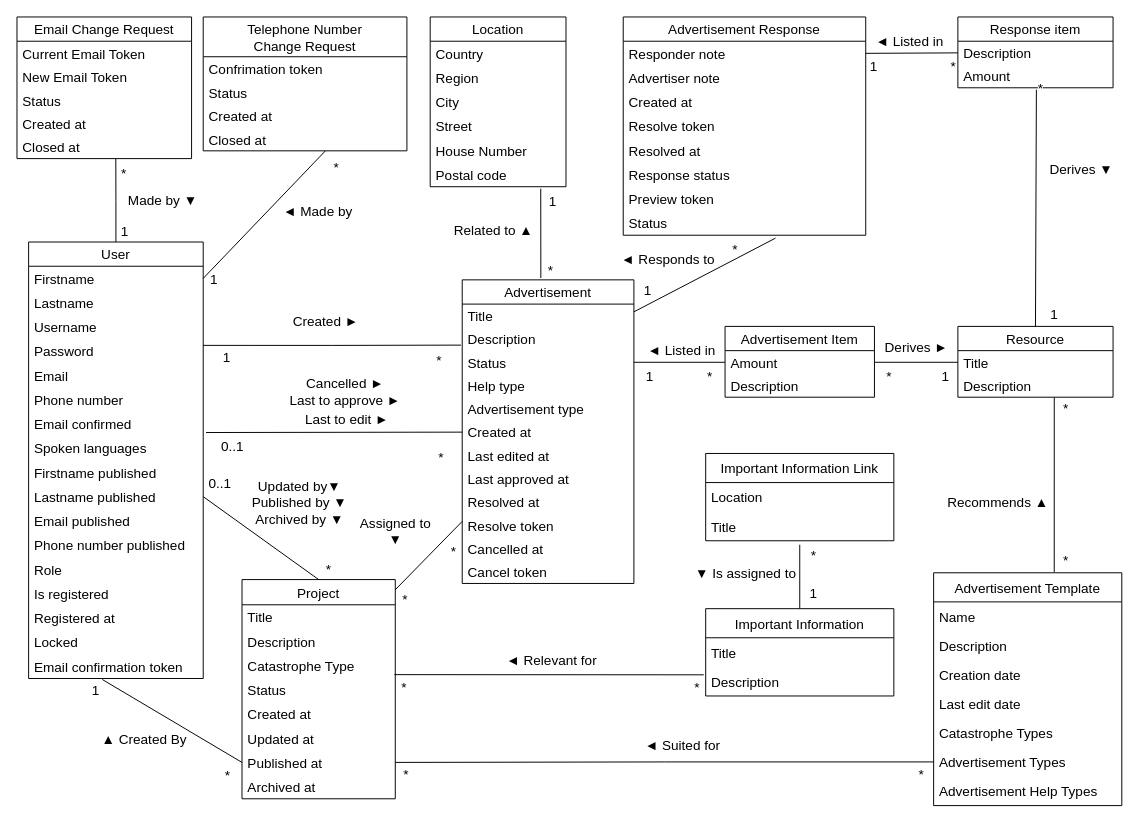
opendatalabcz/Edigio keeps this draw.io diagram as models/entities/edigio_entities - Copy.drawio. Above is the earlier version. Source tidied: cells renumbered, new cells numbered last; positions are measured from the earlier drawing's top-left corner, leaving out a move shared by most shapes. Both pictures are drawn from the tidied source at 97%, with x=0, y=0 at pixel (16, 16).
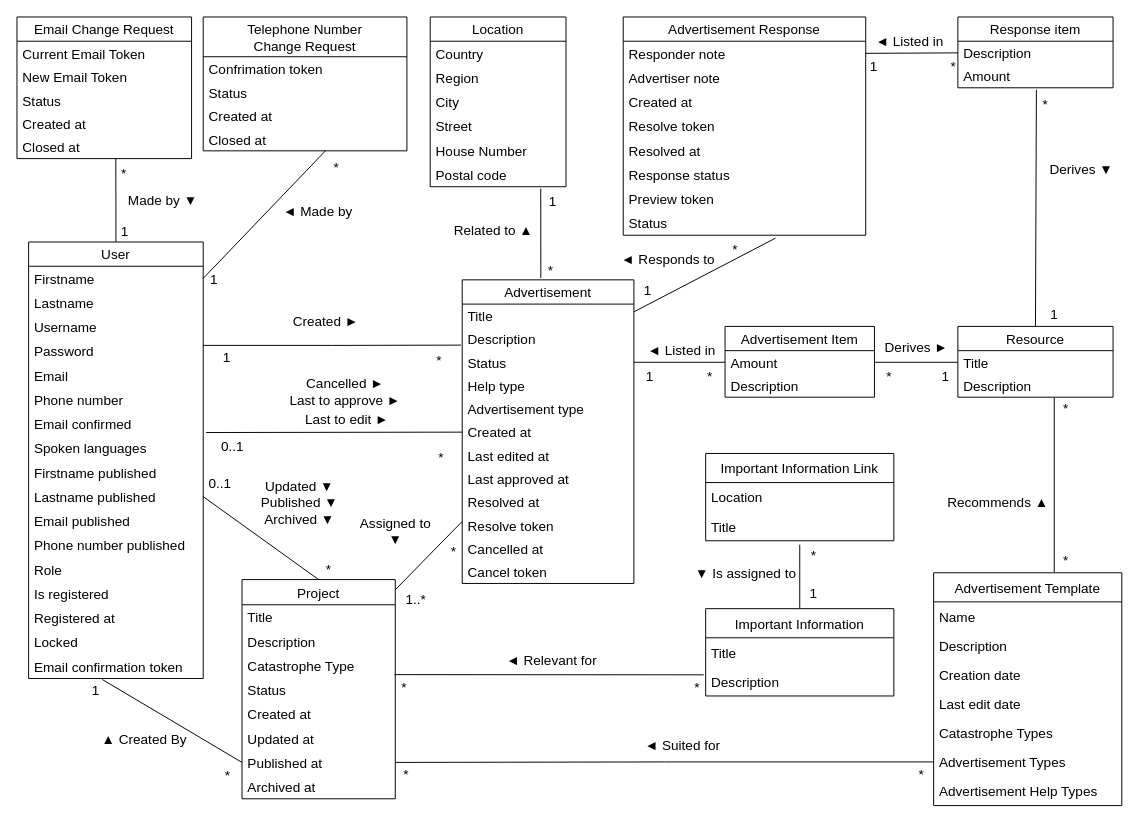
After the change.

The change refers to these unchanged cells:
```xml
<mxCell id="80" style="edgeStyle=none;rounded=0;orthogonalLoop=1;jettySize=auto;html=1;exitX=1;exitY=0.5;exitDx=0;exitDy=0;entryX=0;entryY=0.5;entryDx=0;entryDy=0;entryPerimeter=0;fontSize=14;endArrow=none;endFill=0;startSize=25;" parent="1" edge="1">
  <mxGeometry relative="1" as="geometry">
    <mxPoint x="390" y="590.5" as="sourcePoint" />
    <mxPoint x="459" y="520" as="targetPoint" />
  </mxGeometry>
</mxCell>
<mxCell id="121" style="edgeStyle=none;rounded=0;jettySize=auto;html=1;exitX=0.506;exitY=1.083;exitDx=0;exitDy=0;entryX=0.5;entryY=0;entryDx=0;entryDy=0;fontSize=14;endArrow=none;endFill=0;exitPerimeter=0;" parent="1" edge="1" source="89" target="110">
  <mxGeometry relative="1" as="geometry" />
</mxCell>
<mxCell id="143" style="edgeStyle=none;rounded=0;jettySize=auto;html=1;exitX=1;exitY=0.5;exitDx=0;exitDy=0;entryX=0.5;entryY=0;entryDx=0;entryDy=0;fontSize=14;endArrow=none;endFill=0;" parent="1" edge="1" source="35" target="51">
  <mxGeometry relative="1" as="geometry" />
</mxCell>
```

Change to the diagram source:
```diff
@@
-    <mxCell id="82" value="*" style="edgeLabel;html=1;align=center;verticalAlign=middle;fontSize=14;" parent="80" vertex="1">
+    <mxCell id="82" value="1..*" style="edgeLabel;html=1;align=center;verticalAlign=middle;fontSize=14;" parent="80" vertex="1">
       <mxGeometry x="-0.7" y="2" relative="1" as="geometry">
-        <mxPoint y="22" as="offset" />
+        <mxPoint x="11" y="22" as="offset" />
       </mxGeometry>
     </mxCell>
@@
     <mxCell id="124" value="*" style="edgeLabel;html=1;align=center;verticalAlign=middle;fontSize=14;" parent="121" vertex="1">
       <mxGeometry x="-0.93" relative="1" as="geometry">
-        <mxPoint x="4" y="-10" as="offset" />
+        <mxPoint x="9" y="6" as="offset" />
       </mxGeometry>
     </mxCell>
@@
-    <mxCell id="144" value="Updated by▼&lt;br&gt;Published by ▼&lt;br&gt;Archived by ▼" style="edgeLabel;html=1;align=center;verticalAlign=middle;fontSize=14;" parent="143" vertex="1">
+    <mxCell id="144" value="Updated ▼&lt;br&gt;Published ▼&lt;br&gt;Archived ▼" style="edgeLabel;html=1;align=center;verticalAlign=middle;fontSize=14;" parent="143" vertex="1">
       <mxGeometry x="-0.31" y="1" relative="1" as="geometry">
         <mxPoint x="56" y="-23" as="offset" />
       </mxGeometry>
     </mxCell>
```
